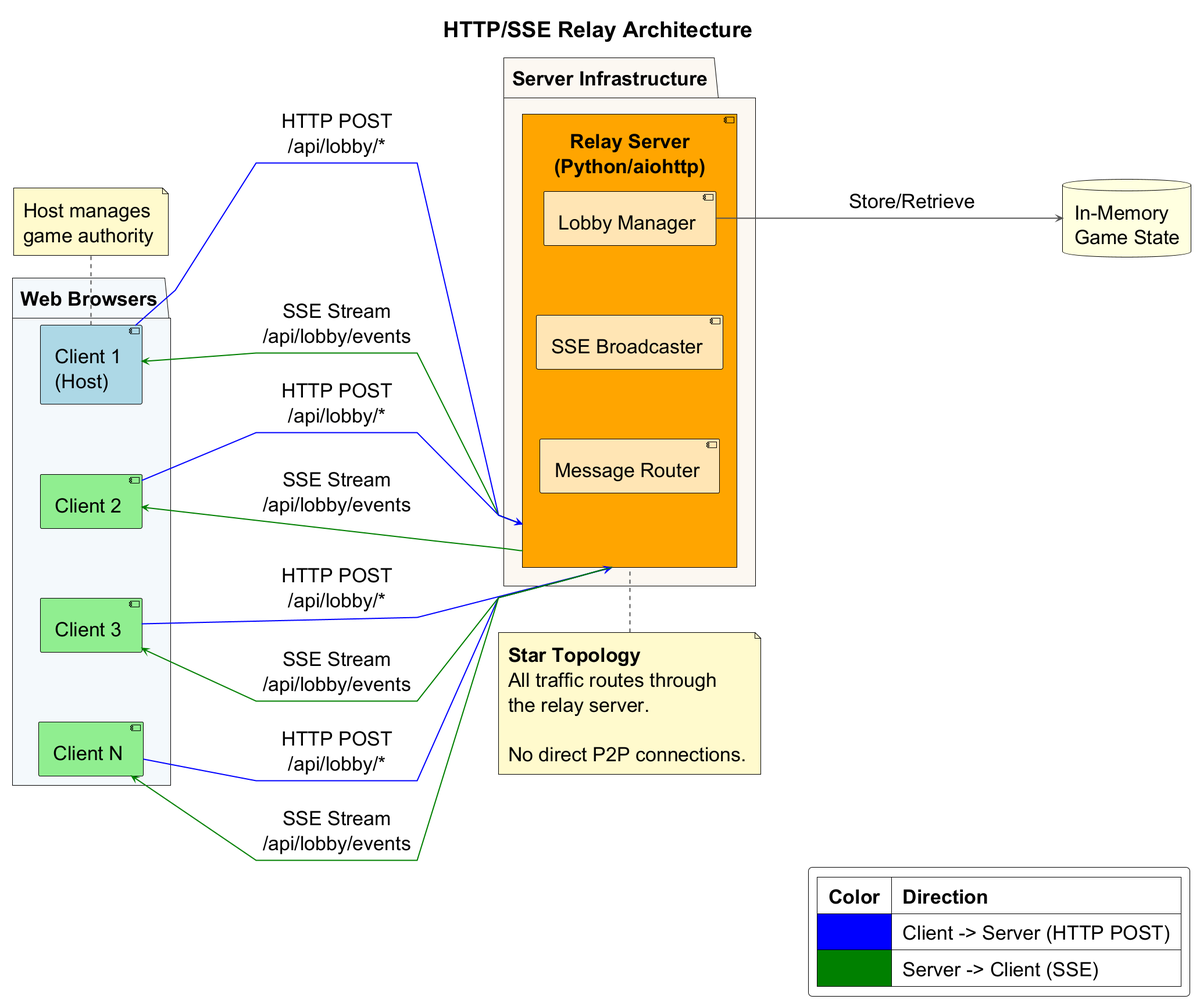
The PlantUML diagram figures/diagrams/http-sse-architecture.png in Siponek/HPC-thesis, before a commit.
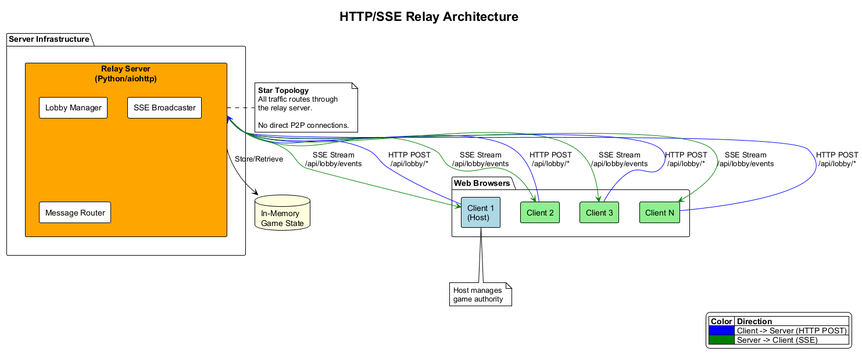
Later version of the same file.

Change to the diagram source:
```diff
@@ -1,34 +1,23 @@
 @startuml http-sse-architecture
 !theme plain
-!include ../shared/theme.puml
+skinparam backgroundColor white
 skinparam componentStyle rectangle
-
-left to right direction
-
-skinparam padding 10
-skinparam DefaultFontSize 34
-skinparam TitleFontSize 38
-
-skinparam nodesep 120
-skinparam ranksep 280
-skinparam ArrowThickness 2
-
-skinparam linetype polyline
+skinparam defaultFontName Arial
 
 title HTTP/SSE Relay Architecture
 
-package "Web Browsers" #F4F9FC {
+package "Web Browsers" {
     component "Client 1\n(Host)" as C1 #LightBlue
     component "Client 2" as C2 #LightGreen
     component "Client 3" as C3 #LightGreen
     component "Client N" as CN #LightGreen
 }
 
-package "Server Infrastructure" #FCF8F2 {
+package "Server Infrastructure" {
     component "Relay Server\n(Python/aiohttp)" as RS #Orange {
-        component "Lobby Manager" as LM #FFE5B4
-        component "SSE Broadcaster" as SSE #FFE5B4
-        component "Message Router" as MR #FFE5B4
+        component "Lobby Manager" as LM
+        component "SSE Broadcaster" as SSE
+        component "Message Router" as MR
     }
 }
 
@@ -39,14 +28,14 @@
 C3 -[#Blue]-> RS : HTTP POST\n/api/lobby/*
 CN -[#Blue]-> RS : HTTP POST\n/api/lobby/*
 
-C1 <-[#Green]- RS : SSE Stream\n/api/lobby/events
-C2 <-[#Green]- RS : SSE Stream\n/api/lobby/events
-C3 <-[#Green]- RS : SSE Stream\n/api/lobby/events
-CN <-[#Green]- RS : SSE Stream\n/api/lobby/events
+RS -[#Green]-> C1 : SSE Stream\n/api/lobby/events
+RS -[#Green]-> C2 : SSE Stream\n/api/lobby/events
+RS -[#Green]-> C3 : SSE Stream\n/api/lobby/events
+RS -[#Green]-> CN : SSE Stream\n/api/lobby/events
 
-LM -down-> GS : Store/Retrieve
+RS --> GS : Store/Retrieve
 
-note top of RS #FFFACD
+note right of RS
   **Star Topology**
   All traffic routes through
   the relay server.
@@ -54,12 +43,12 @@
   No direct P2P connections.
 end note
 
-note top of C1 #FFFACD
+note bottom of C1
   Host manages
   game authority
 end note
 
-legend bottom right
+legend right
   |= Color |= Direction |
   | <#Blue> | Client -> Server (HTTP POST) |
   | <#Green> | Server -> Client (SSE) |
```
